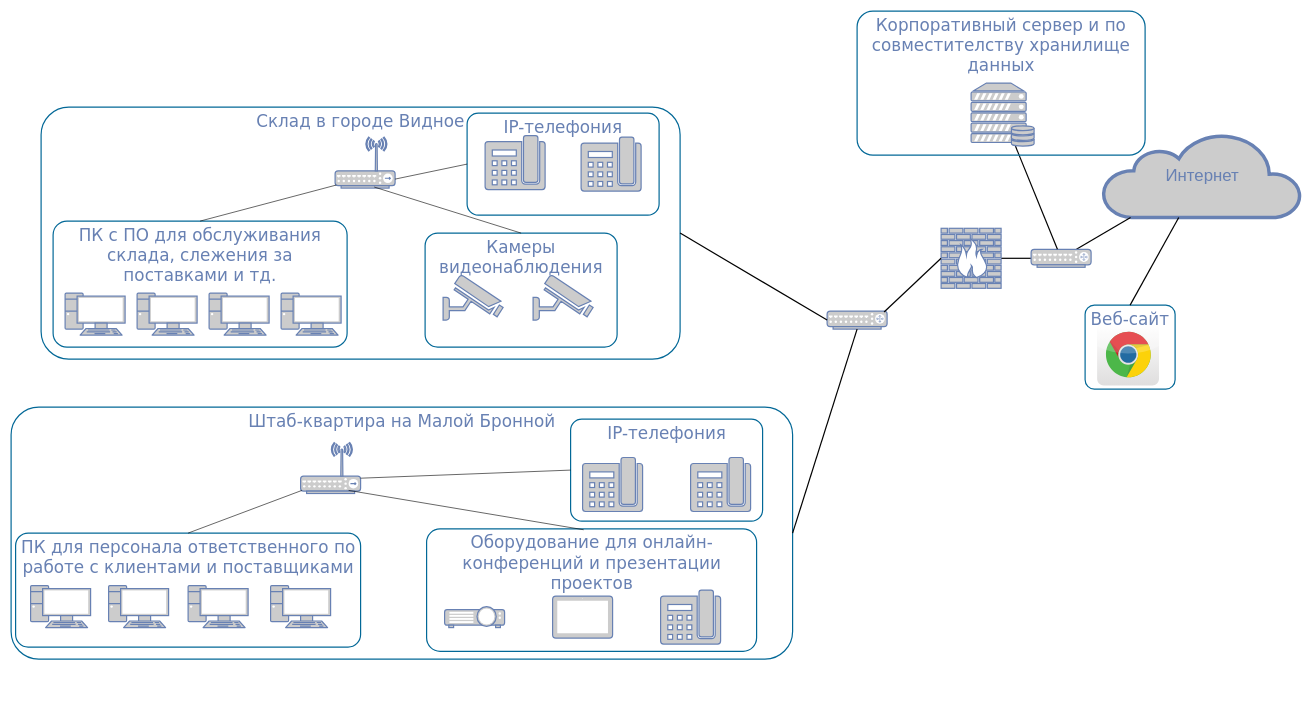
alimskeetit/d keeps this draw.io diagram as Диаграмма без названия.drawio. Above is the earlier version. Source tidied: cells renumbered, new cells numbered last; positions are measured from the earlier drawing's top-left corner, leaving out a move shared by most shapes. Both pictures are drawn from the tidied source at 60%, with x=0, y=0 at pixel (11, 11).
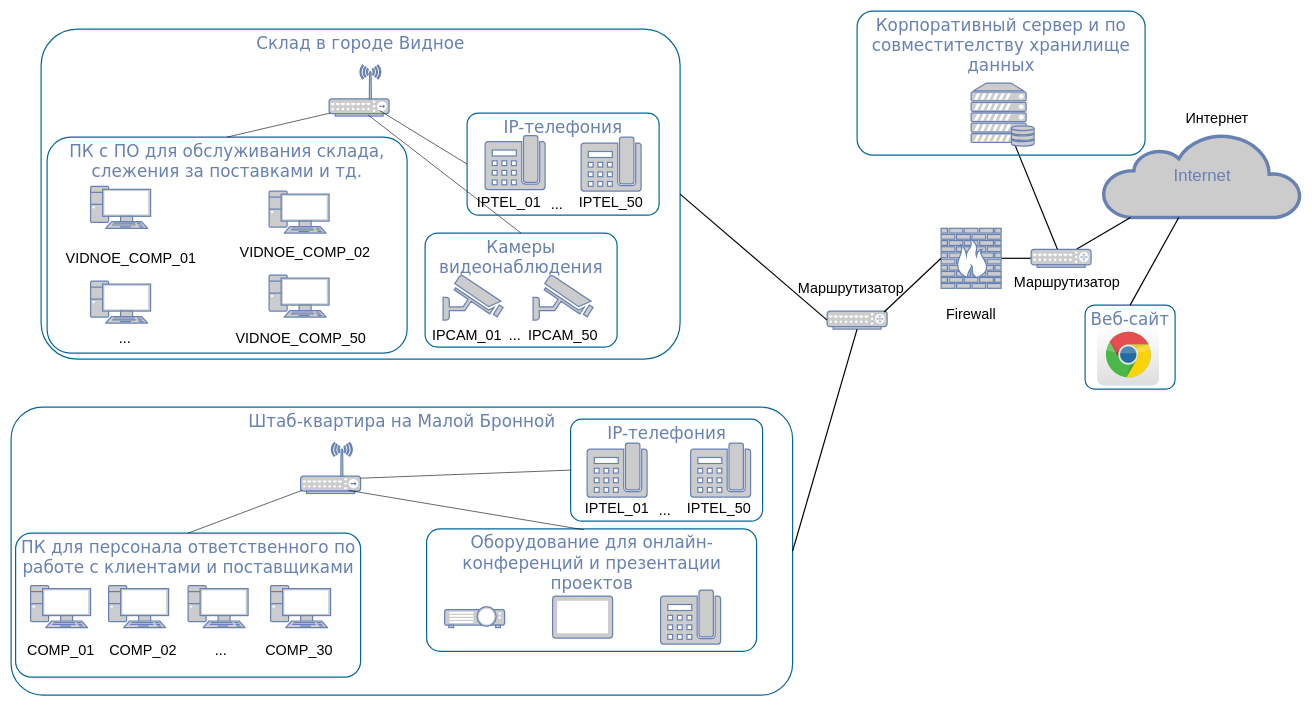
The same diagram, later.

Unchanged cells that the change refers to:
```xml
<mxCell id="28" value="IP-телефония" style="rounded=1;whiteSpace=wrap;html=1;shadow=0;comic=0;strokeColor=#036897;strokeWidth=2;fillColor=none;fontFamily=Verdana;fontSize=28;fontColor=#6881B3;align=center;arcSize=11;verticalAlign=top;" parent="1" vertex="1">
  <mxGeometry x="760" y="170" width="320" height="170" as="geometry" />
</mxCell>
```

What changed in the source:
```diff
@@
     <mxCell id="2" value="Штаб-квартира на Малой Бронной" style="rounded=1;whiteSpace=wrap;html=1;shadow=0;comic=0;strokeColor=#036897;strokeWidth=2;fillColor=none;fontFamily=Verdana;fontSize=28;fontColor=#6881B3;align=center;arcSize=11;verticalAlign=top;" parent="1" vertex="1">
-      <mxGeometry y="660" width="1302.5" height="420" as="geometry" />
+      <mxGeometry y="660" width="1302.5" height="480" as="geometry" />
     </mxCell>
@@
-    <mxCell id="9" value="Интернет" style="html=1;fillColor=#CCCCCC;strokeColor=#6881B3;gradientColor=none;gradientDirection=north;strokeWidth=2;shape=mxgraph.networks.cloud;fontColor=#6881B3;rounded=0;shadow=0;comic=0;align=center;fontSize=28;" parent="1" vertex="1">
+    <mxCell id="9" value="Internet" style="html=1;fillColor=#CCCCCC;strokeColor=#6881B3;gradientColor=none;gradientDirection=north;strokeWidth=2;shape=mxgraph.networks.cloud;fontColor=#6881B3;rounded=0;shadow=0;comic=0;align=center;fontSize=28;" parent="1" vertex="1">
       <mxGeometry x="1820" y="204" width="330" height="140" as="geometry" />
     </mxCell>
@@
     <mxCell id="14" value="Склад в городе Видное" style="rounded=1;whiteSpace=wrap;html=1;shadow=0;comic=0;strokeColor=#036897;strokeWidth=2;fillColor=none;fontFamily=Verdana;fontSize=28;fontColor=#6881B3;align=center;arcSize=11;verticalAlign=top;" parent="1" vertex="1">
-      <mxGeometry x="50" y="160" width="1065" height="420" as="geometry" />
+      <mxGeometry x="50" y="30" width="1065" height="550" as="geometry" />
     </mxCell>
     <mxCell id="15" style="fontColor=#0066CC;verticalAlign=top;verticalLabelPosition=bottom;labelPosition=center;align=center;html=1;fillColor=#CCCCCC;strokeColor=#6881B3;gradientColor=none;gradientDirection=north;strokeWidth=2;shape=mxgraph.networks.wireless_hub;rounded=0;shadow=0;comic=0;" parent="1" vertex="1">
-      <mxGeometry x="540" y="210" width="100" height="85" as="geometry" />
+      <mxGeometry x="530" y="90" width="100" height="85" as="geometry" />
     </mxCell>
@@
     <mxCell id="20" style="fontColor=#0066CC;verticalAlign=top;verticalLabelPosition=bottom;labelPosition=center;align=center;html=1;fillColor=#CCCCCC;strokeColor=#6881B3;gradientColor=none;gradientDirection=north;strokeWidth=2;shape=mxgraph.networks.pc;rounded=0;shadow=0;comic=0;" parent="1" vertex="1">
-      <mxGeometry x="90" y="470" width="100" height="70" as="geometry" />
+      <mxGeometry x="132.5" y="292" width="100" height="70" as="geometry" />
     </mxCell>
     <mxCell id="21" style="fontColor=#0066CC;verticalAlign=top;verticalLabelPosition=bottom;labelPosition=center;align=center;html=1;fillColor=#CCCCCC;strokeColor=#6881B3;gradientColor=none;gradientDirection=north;strokeWidth=2;shape=mxgraph.networks.pc;rounded=0;shadow=0;comic=0;" parent="1" vertex="1">
-      <mxGeometry x="210" y="470" width="100" height="70" as="geometry" />
+      <mxGeometry x="430" y="300" width="100" height="70" as="geometry" />
     </mxCell>
     <mxCell id="22" style="fontColor=#0066CC;verticalAlign=top;verticalLabelPosition=bottom;labelPosition=center;align=center;html=1;fillColor=#CCCCCC;strokeColor=#6881B3;gradientColor=none;gradientDirection=north;strokeWidth=2;shape=mxgraph.networks.pc;rounded=0;shadow=0;comic=0;" parent="1" vertex="1">
-      <mxGeometry x="330" y="470" width="100" height="70" as="geometry" />
+      <mxGeometry x="132.5" y="450" width="100" height="70" as="geometry" />
     </mxCell>
     <mxCell id="23" value="ПК с ПО для обслуживания склада, слежения за поставками и тд." style="rounded=1;whiteSpace=wrap;html=1;shadow=0;comic=0;strokeColor=#036897;strokeWidth=2;fillColor=none;fontFamily=Verdana;fontSize=28;fontColor=#6881B3;align=center;arcSize=11;verticalAlign=top;" parent="1" vertex="1">
-      <mxGeometry x="70" y="350" width="490" height="210" as="geometry" />
+      <mxGeometry x="60" y="210" width="600" height="360" as="geometry" />
     </mxCell>
     <mxCell id="24" style="fontColor=#0066CC;verticalAlign=top;verticalLabelPosition=bottom;labelPosition=center;align=center;html=1;fillColor=#CCCCCC;strokeColor=#6881B3;gradientColor=none;gradientDirection=north;strokeWidth=2;shape=mxgraph.networks.pc;rounded=0;shadow=0;comic=0;" parent="1" vertex="1">
-      <mxGeometry x="450" y="470" width="100" height="70" as="geometry" />
+      <mxGeometry x="430" y="440" width="100" height="70" as="geometry" />
     </mxCell>
@@
-    <mxCell id="29" style="endArrow=none;html=1;rounded=0;exitX=0;exitY=0.5;exitDx=0;exitDy=0;" parent="1" edge="1" source="28">
-      <mxGeometry relative="1" as="geometry">
-        <mxPoint x="640" y="280" as="targetPoint" />
-      </mxGeometry>
+    <mxCell id="29" style="endArrow=none;html=1;rounded=0;exitX=0;exitY=0.5;exitDx=0;exitDy=0;entryX=0.843;entryY=0.892;entryDx=0;entryDy=0;entryPerimeter=0;" parent="1" edge="1" source="28" target="15">
+      <mxGeometry relative="1" as="geometry" />
     </mxCell>
@@
     <mxCell id="31" style="fontColor=#0066CC;verticalAlign=top;verticalLabelPosition=bottom;labelPosition=center;align=center;html=1;fillColor=#CCCCCC;strokeColor=#6881B3;gradientColor=none;gradientDirection=north;strokeWidth=2;shape=mxgraph.networks.phone_2;" parent="1" vertex="1">
-      <mxGeometry x="952.5" y="744" width="100" height="90" as="geometry" />
+      <mxGeometry x="960" y="720" width="100" height="90" as="geometry" />
     </mxCell>
     <mxCell id="32" style="fontColor=#0066CC;verticalAlign=top;verticalLabelPosition=bottom;labelPosition=center;align=center;html=1;fillColor=#CCCCCC;strokeColor=#6881B3;gradientColor=none;gradientDirection=north;strokeWidth=2;shape=mxgraph.networks.phone_2;" parent="1" vertex="1">
-      <mxGeometry x="1132.5" y="744" width="100" height="90" as="geometry" />
+      <mxGeometry x="1132.5" y="720" width="100" height="90" as="geometry" />
     </mxCell>
     <mxCell id="33" value="ПК для персонала ответственного по работе с клиентами и поставщиками" style="rounded=1;whiteSpace=wrap;html=1;shadow=0;comic=0;strokeColor=#036897;strokeWidth=2;fillColor=none;fontFamily=Verdana;fontSize=28;fontColor=#6881B3;align=center;arcSize=11;verticalAlign=top;" parent="1" vertex="1">
-      <mxGeometry x="7.5" y="870" width="575" height="190" as="geometry" />
+      <mxGeometry x="7.5" y="870" width="575" height="240" as="geometry" />
     </mxCell>
@@
+    <mxCell id="50" value="&lt;font style=&quot;font-size: 24px;&quot;&gt;IPCAM_01&lt;/font&gt;" style="text;html=1;strokeColor=none;fillColor=none;align=center;verticalAlign=middle;whiteSpace=wrap;rounded=0;" parent="1" vertex="1">
+      <mxGeometry x="710" y="515" width="100" height="50" as="geometry" />
+    </mxCell>
+    <mxCell id="51" value="&lt;font style=&quot;font-size: 24px;&quot;&gt;IPCAM_50&lt;/font&gt;" style="text;html=1;strokeColor=none;fillColor=none;align=center;verticalAlign=middle;whiteSpace=wrap;rounded=0;" parent="1" vertex="1">
+      <mxGeometry x="870" y="515" width="100" height="50" as="geometry" />
+    </mxCell>
+    <mxCell id="52" value="&lt;font style=&quot;font-size: 24px;&quot;&gt;...&lt;/font&gt;" style="text;html=1;strokeColor=none;fillColor=none;align=center;verticalAlign=middle;whiteSpace=wrap;rounded=0;" parent="1" vertex="1">
+      <mxGeometry x="790" y="515" width="100" height="50" as="geometry" />
+    </mxCell>
+    <mxCell id="53" value="&lt;font style=&quot;font-size: 24px;&quot;&gt;VIDNOE_COMP_01&lt;/font&gt;" style="text;html=1;strokeColor=none;fillColor=none;align=center;verticalAlign=middle;whiteSpace=wrap;rounded=0;" parent="1" vertex="1">
+      <mxGeometry x="150" y="387" width="100" height="50" as="geometry" />
+    </mxCell>
+    <mxCell id="54" value="&lt;font style=&quot;font-size: 24px;&quot;&gt;VIDNOE_COMP_02&lt;/font&gt;" style="text;html=1;strokeColor=none;fillColor=none;align=center;verticalAlign=middle;whiteSpace=wrap;rounded=0;" parent="1" vertex="1">
+      <mxGeometry x="440" y="377" width="100" height="50" as="geometry" />
+    </mxCell>
+    <mxCell id="55" value="&lt;span style=&quot;font-size: 24px;&quot;&gt;...&lt;/span&gt;" style="text;html=1;strokeColor=none;fillColor=none;align=center;verticalAlign=middle;whiteSpace=wrap;rounded=0;" parent="1" vertex="1">
+      <mxGeometry x="140" y="520" width="100" height="50" as="geometry" />
+    </mxCell>
+    <mxCell id="56" value="&lt;font style=&quot;font-size: 24px;&quot;&gt;VIDNOE_COMP_50&lt;/font&gt;" style="text;html=1;strokeColor=none;fillColor=none;align=center;verticalAlign=middle;whiteSpace=wrap;rounded=0;" parent="1" vertex="1">
+      <mxGeometry x="432.5" y="520" width="100" height="50" as="geometry" />
+    </mxCell>
+    <mxCell id="57" value="&lt;font style=&quot;font-size: 24px;&quot;&gt;IPTEL_01&lt;/font&gt;" style="text;html=1;strokeColor=none;fillColor=none;align=center;verticalAlign=middle;whiteSpace=wrap;rounded=0;" parent="1" vertex="1">
+      <mxGeometry x="780" y="294" width="100" height="50" as="geometry" />
+    </mxCell>
+    <mxCell id="58" value="&lt;font style=&quot;font-size: 24px;&quot;&gt;IPTEL_50&lt;/font&gt;" style="text;html=1;strokeColor=none;fillColor=none;align=center;verticalAlign=middle;whiteSpace=wrap;rounded=0;" parent="1" vertex="1">
+      <mxGeometry x="950" y="294" width="100" height="50" as="geometry" />
+    </mxCell>
+    <mxCell id="59" value="&lt;span style=&quot;font-size: 24px;&quot;&gt;...&lt;/span&gt;" style="text;html=1;strokeColor=none;fillColor=none;align=center;verticalAlign=middle;whiteSpace=wrap;rounded=0;" parent="1" vertex="1">
+      <mxGeometry x="860" y="297.5" width="100" height="50" as="geometry" />
+    </mxCell>
+    <mxCell id="60" value="&lt;font style=&quot;font-size: 24px;&quot;&gt;IPTEL_01&lt;/font&gt;" style="text;html=1;strokeColor=none;fillColor=none;align=center;verticalAlign=middle;whiteSpace=wrap;rounded=0;" parent="1" vertex="1">
+      <mxGeometry x="960" y="804" width="100" height="50" as="geometry" />
+    </mxCell>
+    <mxCell id="61" value="&lt;font style=&quot;font-size: 24px;&quot;&gt;IPTEL_50&lt;/font&gt;" style="text;html=1;strokeColor=none;fillColor=none;align=center;verticalAlign=middle;whiteSpace=wrap;rounded=0;" parent="1" vertex="1">
+      <mxGeometry x="1130" y="804" width="100" height="50" as="geometry" />
+    </mxCell>
+    <mxCell id="62" value="&lt;span style=&quot;font-size: 24px;&quot;&gt;...&lt;/span&gt;" style="text;html=1;strokeColor=none;fillColor=none;align=center;verticalAlign=middle;whiteSpace=wrap;rounded=0;" parent="1" vertex="1">
+      <mxGeometry x="1040" y="807.5" width="100" height="50" as="geometry" />
+    </mxCell>
+    <mxCell id="63" value="&lt;font style=&quot;font-size: 24px;&quot;&gt;COMP_01&lt;/font&gt;" style="text;html=1;strokeColor=none;fillColor=none;align=center;verticalAlign=middle;whiteSpace=wrap;rounded=0;" parent="1" vertex="1">
+      <mxGeometry x="32.5" y="1040" width="100" height="50" as="geometry" />
+    </mxCell>
+    <mxCell id="64" value="&lt;font style=&quot;font-size: 24px;&quot;&gt;COMP_02&lt;/font&gt;" style="text;html=1;strokeColor=none;fillColor=none;align=center;verticalAlign=middle;whiteSpace=wrap;rounded=0;" parent="1" vertex="1">
+      <mxGeometry x="170" y="1040" width="100" height="50" as="geometry" />
+    </mxCell>
+    <mxCell id="65" value="&lt;span style=&quot;font-size: 24px;&quot;&gt;...&lt;/span&gt;" style="text;html=1;strokeColor=none;fillColor=none;align=center;verticalAlign=middle;whiteSpace=wrap;rounded=0;" parent="1" vertex="1">
+      <mxGeometry x="300" y="1040" width="100" height="50" as="geometry" />
+    </mxCell>
+    <mxCell id="66" value="&lt;font style=&quot;font-size: 24px;&quot;&gt;COMP_30&lt;/font&gt;" style="text;html=1;strokeColor=none;fillColor=none;align=center;verticalAlign=middle;whiteSpace=wrap;rounded=0;" parent="1" vertex="1">
+      <mxGeometry x="430" y="1040" width="100" height="50" as="geometry" />
+    </mxCell>
+    <mxCell id="67" value="&lt;font style=&quot;font-size: 24px;&quot;&gt;Firewall&lt;/font&gt;" style="text;html=1;strokeColor=none;fillColor=none;align=center;verticalAlign=middle;whiteSpace=wrap;rounded=0;" parent="1" vertex="1">
+      <mxGeometry x="1550" y="480" width="100" height="50" as="geometry" />
+    </mxCell>
+    <mxCell id="68" value="&lt;font style=&quot;font-size: 24px;&quot;&gt;Маршрутизатор&lt;/font&gt;" style="text;html=1;strokeColor=none;fillColor=none;align=center;verticalAlign=middle;whiteSpace=wrap;rounded=0;" parent="1" vertex="1">
+      <mxGeometry x="1350" y="437" width="100" height="50" as="geometry" />
+    </mxCell>
+    <mxCell id="69" value="&lt;font style=&quot;font-size: 24px;&quot;&gt;Маршрутизатор&lt;/font&gt;" style="text;html=1;strokeColor=none;fillColor=none;align=center;verticalAlign=middle;whiteSpace=wrap;rounded=0;" parent="1" vertex="1">
+      <mxGeometry x="1710" y="427" width="100" height="50" as="geometry" />
+    </mxCell>
+    <mxCell id="70" value="&lt;font style=&quot;font-size: 24px;&quot;&gt;Интернет&lt;/font&gt;" style="text;html=1;strokeColor=none;fillColor=none;align=center;verticalAlign=middle;whiteSpace=wrap;rounded=0;" parent="1" vertex="1">
+      <mxGeometry x="1960" y="154" width="100" height="50" as="geometry" />
+    </mxCell>
```
